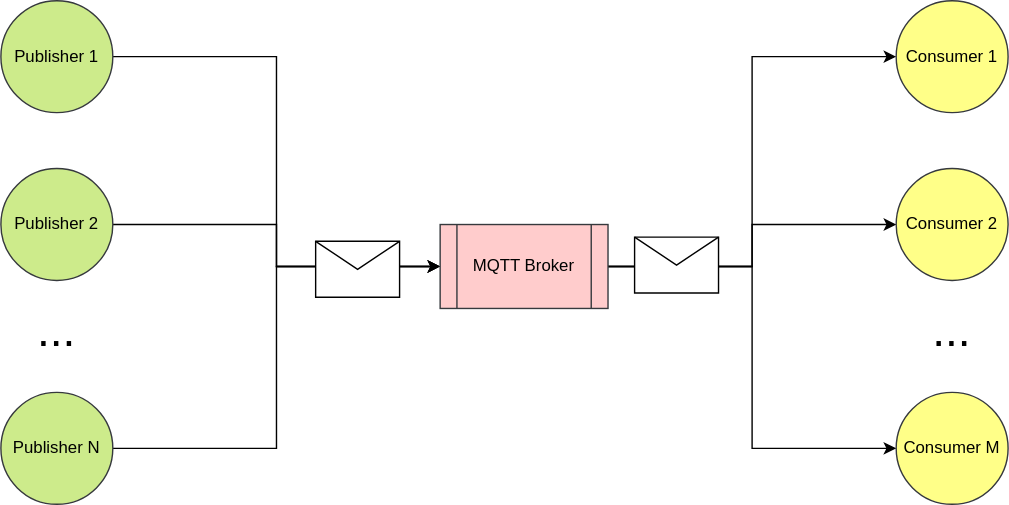
Earlier version of the draw.io export diagrams/MQTT_Benchmark.svg (danyk20/MQTT_Benchmark). Source tidied: cells renumbered, new cells last; positions are measured from the earlier drawing's top-left corner, leaving out a move shared by most shapes.
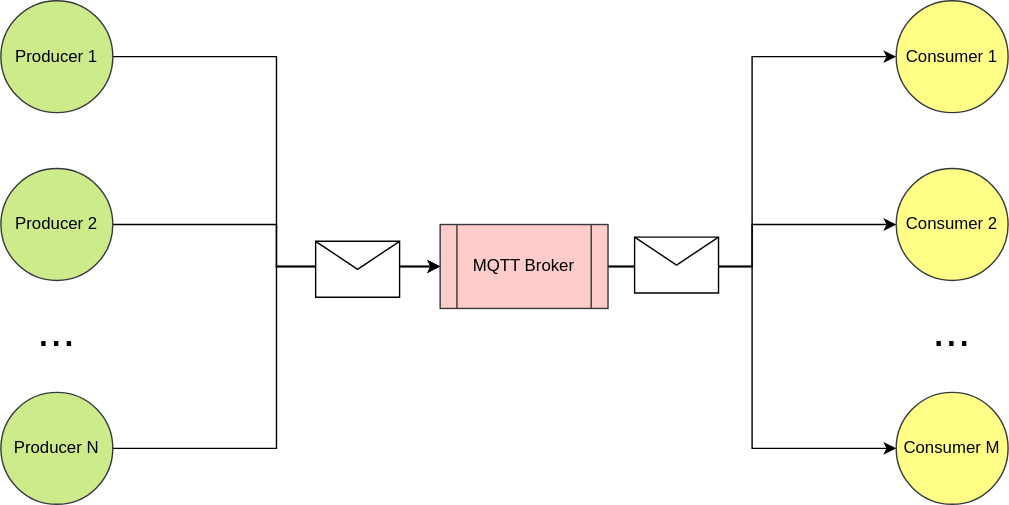
Later version of the same file.

Commit message:
Docs: updated name of the publisher to producer

What changed in the source:
```diff
@@ -5,19 +5,19 @@
     <mxCell id="2" style="edgeStyle=orthogonalEdgeStyle;rounded=0;jettySize=auto;html=1;entryX=0;entryY=0.5;entryDx=0;entryDy=0;" parent="1" edge="1" source="3" target="16">
       <mxGeometry relative="1" as="geometry" />
     </mxCell>
-    <mxCell id="3" value="Publisher 1" style="ellipse;whiteSpace=wrap;html=1;fillColor=#cdeb8b;strokeColor=#36393d;" parent="1" vertex="1">
+    <mxCell id="3" value="Producer 1" style="ellipse;whiteSpace=wrap;html=1;fillColor=#cdeb8b;strokeColor=#36393d;" parent="1" vertex="1">
       <mxGeometry width="80" height="80" as="geometry" />
     </mxCell>
     <mxCell id="4" style="edgeStyle=orthogonalEdgeStyle;rounded=0;jettySize=auto;html=1;entryX=0;entryY=0.5;entryDx=0;entryDy=0;" parent="1" edge="1" source="5" target="16">
       <mxGeometry relative="1" as="geometry" />
     </mxCell>
-    <mxCell id="5" value="Publisher 2" style="ellipse;whiteSpace=wrap;html=1;fillColor=#cdeb8b;strokeColor=#36393d;" parent="1" vertex="1">
+    <mxCell id="5" value="Producer 2" style="ellipse;whiteSpace=wrap;html=1;fillColor=#cdeb8b;strokeColor=#36393d;" parent="1" vertex="1">
       <mxGeometry y="120" width="80" height="80" as="geometry" />
     </mxCell>
     <mxCell id="6" style="edgeStyle=orthogonalEdgeStyle;rounded=0;jettySize=auto;html=1;entryX=0;entryY=0.5;entryDx=0;entryDy=0;" parent="1" edge="1" source="7" target="16">
       <mxGeometry relative="1" as="geometry" />
     </mxCell>
-    <mxCell id="7" value="Publisher N" style="ellipse;whiteSpace=wrap;html=1;fillColor=#cdeb8b;strokeColor=#36393d;" parent="1" vertex="1">
+    <mxCell id="7" value="Producer N" style="ellipse;whiteSpace=wrap;html=1;fillColor=#cdeb8b;strokeColor=#36393d;" parent="1" vertex="1">
       <mxGeometry y="280" width="80" height="80" as="geometry" />
     </mxCell>
     <mxCell id="8" value="&lt;font style=&quot;font-size: 33px;&quot;&gt;...&lt;/font&gt;" style="text;html=1;align=center;verticalAlign=middle;whiteSpace=wrap;rounded=0;" parent="1" vertex="1">
```
